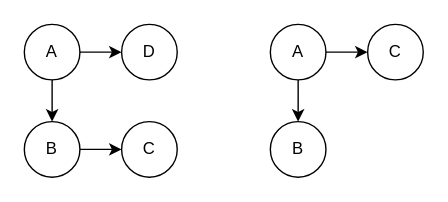
Above: ged_example.drawio in ToJ112/pic-md (draw.io), before the change. Source tidied: cells renumbered, new cells numbered last; positions are measured from the earlier drawing's top-left corner, leaving out a move shared by most shapes. Both pictures are drawn from the tidied source at 139%, with x=0, y=0 at pixel (24, 24).
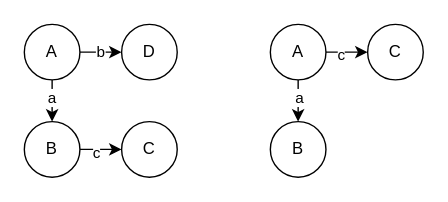
After the change.

The edit, as a diff of the source:
```diff
@@
 <mxGraphModel>
   <root>
     <mxCell id="0" />
     <mxCell id="1" parent="0" />
     <mxCell id="2" style="edgeStyle=orthogonalEdgeStyle;rounded=0;jettySize=auto;html=1;exitX=0.5;exitY=1;exitDx=0;exitDy=0;" parent="1" edge="1" source="4" target="6">
       <mxGeometry relative="1" as="geometry" />
     </mxCell>
+    <mxCell id="14" value="a" style="edgeLabel;html=1;align=center;verticalAlign=middle;" parent="2" vertex="1">
+      <mxGeometry x="-0.53" y="-1" relative="1" as="geometry" />
+    </mxCell>
-    <mxCell id="3" style="edgeStyle=orthogonalEdgeStyle;rounded=0;jettySize=auto;html=1;" parent="1" edge="1" source="4" target="8">
+    <mxCell id="3" value="b" style="edgeStyle=orthogonalEdgeStyle;rounded=0;jettySize=auto;html=1;" parent="1" edge="1" source="4" target="8">
       <mxGeometry relative="1" as="geometry" />
     </mxCell>
     <mxCell id="4" value="A" style="ellipse;whiteSpace=wrap;html=1;" parent="1" vertex="1">
       <mxGeometry width="40" height="40" as="geometry" />
     </mxCell>
     <mxCell id="5" style="edgeStyle=orthogonalEdgeStyle;rounded=0;jettySize=auto;html=1;" parent="1" edge="1" source="6" target="7">
       <mxGeometry relative="1" as="geometry" />
     </mxCell>
+    <mxCell id="15" value="c" style="edgeLabel;html=1;align=center;verticalAlign=middle;" parent="5" vertex="1">
+      <mxGeometry x="0.17" y="2" relative="1" as="geometry" />
+    </mxCell>
     <mxCell id="6" value="B" style="ellipse;whiteSpace=wrap;html=1;" parent="1" vertex="1">
       <mxGeometry y="70" width="40" height="40" as="geometry" />
     </mxCell>
     <mxCell id="7" value="C" style="ellipse;whiteSpace=wrap;html=1;" parent="1" vertex="1">
       <mxGeometry x="70" y="70" width="40" height="40" as="geometry" />
     </mxCell>
     <mxCell id="8" value="D" style="ellipse;whiteSpace=wrap;html=1;" parent="1" vertex="1">
       <mxGeometry x="70" width="40" height="40" as="geometry" />
     </mxCell>
     <mxCell id="9" style="edgeStyle=orthogonalEdgeStyle;rounded=0;jettySize=auto;html=1;" parent="1" edge="1" source="11" target="12">
       <mxGeometry relative="1" as="geometry" />
     </mxCell>
+    <mxCell id="16" value="a" style="edgeLabel;html=1;align=center;verticalAlign=middle;" parent="9" vertex="1">
+      <mxGeometry x="0.27" relative="1" as="geometry" />
+    </mxCell>
     <mxCell id="10" style="edgeStyle=orthogonalEdgeStyle;rounded=0;jettySize=auto;html=1;" parent="1" edge="1" source="11" target="13">
       <mxGeometry relative="1" as="geometry" />
     </mxCell>
+    <mxCell id="17" value="c" style="edgeLabel;html=1;align=center;verticalAlign=middle;" parent="10" vertex="1">
+      <mxGeometry x="0.21" y="-1" relative="1" as="geometry" />
+    </mxCell>
     <mxCell id="11" value="A" style="ellipse;whiteSpace=wrap;html=1;" parent="1" vertex="1">
       <mxGeometry x="177" width="40" height="40" as="geometry" />
     </mxCell>
     <mxCell id="12" value="B" style="ellipse;whiteSpace=wrap;html=1;" parent="1" vertex="1">
       <mxGeometry x="177" y="70" width="40" height="40" as="geometry" />
     </mxCell>
     <mxCell id="13" value="C" style="ellipse;whiteSpace=wrap;html=1;" parent="1" vertex="1">
       <mxGeometry x="247" width="40" height="40" as="geometry" />
     </mxCell>
   </root>
 </mxGraphModel>
```
